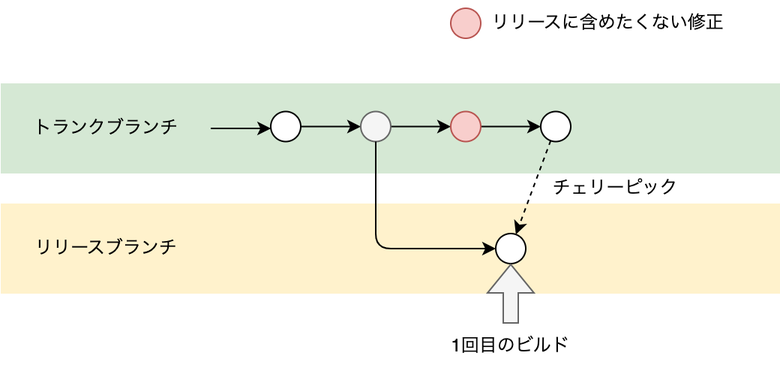
Above: images/mobile-trunk-based-release-strategy/trunk-based-regular-release_02.png in shotaIDE/zenn (draw.io), before the change. Source tidied: cells renumbered, new cells last; positions are measured from the earlier drawing's top-left corner, leaving out a move shared by most shapes. Source of this version:
```xml
<mxGraphModel>
  <root>
    <mxCell id="0" />
    <mxCell id="1" parent="0" />
    <mxCell id="2" style="rounded=0;whiteSpace=wrap;html=1;fillColor=#fff2cc;strokeColor=none;" parent="1" vertex="1">
      <mxGeometry y="135" width="520" height="60" as="geometry" />
    </mxCell>
    <mxCell id="3" style="rounded=0;whiteSpace=wrap;html=1;fillColor=#d5e8d4;strokeColor=none;" parent="1" vertex="1">
      <mxGeometry y="55" width="520" height="60" as="geometry" />
    </mxCell>
    <mxCell id="4" style="edgeStyle=orthogonalEdgeStyle;rounded=0;jettySize=auto;html=1;" parent="1" edge="1" target="6">
      <mxGeometry relative="1" as="geometry">
        <mxPoint x="140" y="85" as="sourcePoint" />
        <Array as="points">
          <mxPoint x="150" y="85" />
          <mxPoint x="150" y="85" />
        </Array>
      </mxGeometry>
    </mxCell>
    <mxCell id="5" style="edgeStyle=orthogonalEdgeStyle;rounded=0;jettySize=auto;html=1;" parent="1" edge="1" source="6" target="8">
      <mxGeometry relative="1" as="geometry" />
    </mxCell>
    <mxCell id="6" style="ellipse;whiteSpace=wrap;html=1;" parent="1" vertex="1">
      <mxGeometry x="180" y="73.8" width="20" height="20" as="geometry" />
    </mxCell>
    <mxCell id="7" style="edgeStyle=orthogonalEdgeStyle;rounded=0;jettySize=auto;html=1;entryX=0;entryY=0.5;entryDx=0;entryDy=0;" parent="1" edge="1" source="8" target="10">
      <mxGeometry relative="1" as="geometry" />
    </mxCell>
    <mxCell id="8" style="ellipse;whiteSpace=wrap;html=1;fillColor=#f5f5f5;fontColor=#333333;strokeColor=#666666;" parent="1" vertex="1">
      <mxGeometry x="240" y="73.8" width="20" height="20" as="geometry" />
    </mxCell>
    <mxCell id="9" style="edgeStyle=orthogonalEdgeStyle;rounded=0;jettySize=auto;html=1;entryX=0;entryY=0.5;entryDx=0;entryDy=0;" parent="1" edge="1" source="10" target="13">
      <mxGeometry relative="1" as="geometry" />
    </mxCell>
    <mxCell id="10" style="ellipse;whiteSpace=wrap;html=1;fillColor=#f8cecc;strokeColor=#b85450;" parent="1" vertex="1">
      <mxGeometry x="300" y="73.8" width="20" height="20" as="geometry" />
    </mxCell>
    <mxCell id="11" style="edgeStyle=orthogonalEdgeStyle;rounded=1;jettySize=auto;html=1;curved=0;exitX=0.5;exitY=1;exitDx=0;exitDy=0;entryX=0;entryY=0.5;entryDx=0;entryDy=0;" parent="1" edge="1" source="8" target="16">
      <mxGeometry relative="1" as="geometry">
        <Array as="points">
          <mxPoint x="250" y="165" />
        </Array>
      </mxGeometry>
    </mxCell>
    <mxCell id="12" style="rounded=0;jettySize=auto;html=1;dashed=1;" parent="1" edge="1" source="13" target="16">
      <mxGeometry relative="1" as="geometry" />
    </mxCell>
    <mxCell id="13" style="ellipse;whiteSpace=wrap;html=1;" parent="1" vertex="1">
      <mxGeometry x="360" y="73.8" width="20" height="20" as="geometry" />
    </mxCell>
    <mxCell id="14" value="トランクブランチ" style="text;html=1;strokeColor=none;fillColor=none;align=center;verticalAlign=middle;whiteSpace=wrap;rounded=0;" parent="1" vertex="1">
      <mxGeometry x="14.5" y="73.8" width="111" height="22.5" as="geometry" />
    </mxCell>
    <mxCell id="15" value="リリースブランチ" style="text;html=1;strokeColor=none;fillColor=none;align=center;verticalAlign=middle;whiteSpace=wrap;rounded=0;" parent="1" vertex="1">
      <mxGeometry x="19.5" y="155" width="101" height="20" as="geometry" />
    </mxCell>
    <mxCell id="16" style="ellipse;whiteSpace=wrap;html=1;" parent="1" vertex="1">
      <mxGeometry x="330" y="155" width="20" height="20" as="geometry" />
    </mxCell>
    <mxCell id="17" value="チェリーピック" style="text;html=1;align=center;verticalAlign=middle;whiteSpace=wrap;rounded=0;" parent="1" vertex="1">
      <mxGeometry x="360" y="110" width="100" height="30" as="geometry" />
    </mxCell>
    <mxCell id="18" style="ellipse;whiteSpace=wrap;html=1;fillColor=#f8cecc;strokeColor=#b85450;" parent="1" vertex="1">
      <mxGeometry x="300" y="5" width="20" height="20" as="geometry" />
    </mxCell>
    <mxCell id="19" value="リリースに含めたくない修正" style="text;html=1;align=center;verticalAlign=middle;whiteSpace=wrap;rounded=0;fontFamily=Helvetica;fontSize=12;fontColor=default;" parent="1" vertex="1">
      <mxGeometry x="320" width="170" height="30" as="geometry" />
    </mxCell>
    <mxCell id="20" style="shape=flexArrow;endArrow=classic;html=1;rounded=0;fillColor=#f5f5f5;strokeColor=#666666;" parent="1" edge="1">
      <mxGeometry relative="1" as="geometry">
        <mxPoint x="340" y="215" as="sourcePoint" />
        <mxPoint x="340" y="175" as="targetPoint" />
      </mxGeometry>
    </mxCell>
    <mxCell id="21" value="1回目のビルド" style="text;html=1;align=center;verticalAlign=middle;whiteSpace=wrap;rounded=0;fontFamily=Helvetica;fontSize=12;fontColor=default;" parent="1" vertex="1">
      <mxGeometry x="290" y="215" width="100" height="30" as="geometry" />
    </mxCell>
  </root>
</mxGraphModel>
```
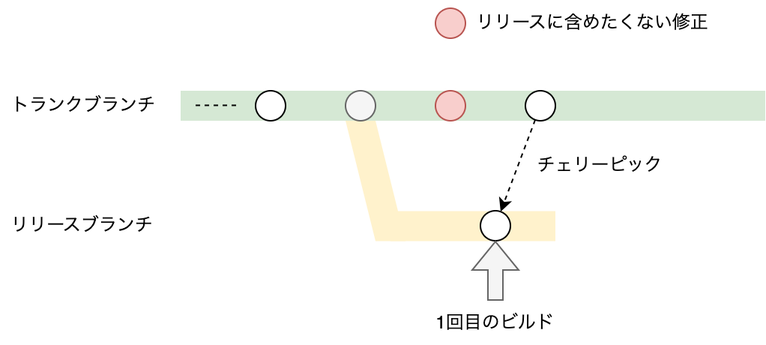
Above is the later version.

Diff of the diagram source:
```diff
@@ -2,78 +2,65 @@
   <root>
     <mxCell id="0" />
     <mxCell id="1" parent="0" />
-    <mxCell id="2" style="rounded=0;whiteSpace=wrap;html=1;fillColor=#fff2cc;strokeColor=none;" parent="1" vertex="1">
-      <mxGeometry y="135" width="520" height="60" as="geometry" />
+    <mxCell id="2" style="group;" parent="1" vertex="1">
+      <mxGeometry x="240" y="95" width="260" height="80.2" as="geometry" />
     </mxCell>
-    <mxCell id="3" style="rounded=0;whiteSpace=wrap;html=1;fillColor=#d5e8d4;strokeColor=none;" parent="1" vertex="1">
-      <mxGeometry y="55" width="520" height="60" as="geometry" />
+    <mxCell id="3" style="rounded=0;whiteSpace=wrap;html=1;fillColor=#fff2cc;strokeColor=none;" parent="2" vertex="1">
+      <mxGeometry x="30" y="60.2" width="110" height="20" as="geometry" />
     </mxCell>
-    <mxCell id="4" style="edgeStyle=orthogonalEdgeStyle;rounded=0;jettySize=auto;html=1;" parent="1" edge="1" target="6">
-      <mxGeometry relative="1" as="geometry">
-        <mxPoint x="140" y="85" as="sourcePoint" />
-        <Array as="points">
-          <mxPoint x="150" y="85" />
-          <mxPoint x="150" y="85" />
-        </Array>
-      </mxGeometry>
+    <mxCell id="4" style="shape=parallelogram;perimeter=parallelogramPerimeter;whiteSpace=wrap;html=1;fixedSize=1;fillColor=#fff2cc;strokeColor=none;flipH=1;" parent="2" vertex="1">
+      <mxGeometry width="40" height="80.2" as="geometry" />
     </mxCell>
-    <mxCell id="5" style="edgeStyle=orthogonalEdgeStyle;rounded=0;jettySize=auto;html=1;" parent="1" edge="1" source="6" target="8">
-      <mxGeometry relative="1" as="geometry" />
+    <mxCell id="5" style="rounded=0;whiteSpace=wrap;html=1;fillColor=#d5e8d4;strokeColor=none;" parent="1" vertex="1">
+      <mxGeometry x="130" y="75" width="390" height="20" as="geometry" />
     </mxCell>
     <mxCell id="6" style="ellipse;whiteSpace=wrap;html=1;" parent="1" vertex="1">
-      <mxGeometry x="180" y="73.8" width="20" height="20" as="geometry" />
+      <mxGeometry x="180" y="75" width="20" height="20" as="geometry" />
     </mxCell>
-    <mxCell id="7" style="edgeStyle=orthogonalEdgeStyle;rounded=0;jettySize=auto;html=1;entryX=0;entryY=0.5;entryDx=0;entryDy=0;" parent="1" edge="1" source="8" target="10">
-      <mxGeometry relative="1" as="geometry" />
+    <mxCell id="7" style="ellipse;whiteSpace=wrap;html=1;fillColor=#f5f5f5;fontColor=#333333;strokeColor=#666666;" parent="1" vertex="1">
+      <mxGeometry x="240" y="75" width="20" height="20" as="geometry" />
     </mxCell>
-    <mxCell id="8" style="ellipse;whiteSpace=wrap;html=1;fillColor=#f5f5f5;fontColor=#333333;strokeColor=#666666;" parent="1" vertex="1">
-      <mxGeometry x="240" y="73.8" width="20" height="20" as="geometry" />
+    <mxCell id="8" style="ellipse;whiteSpace=wrap;html=1;fillColor=#f8cecc;strokeColor=#b85450;" parent="1" vertex="1">
+      <mxGeometry x="300" y="75" width="20" height="20" as="geometry" />
     </mxCell>
-    <mxCell id="9" style="edgeStyle=orthogonalEdgeStyle;rounded=0;jettySize=auto;html=1;entryX=0;entryY=0.5;entryDx=0;entryDy=0;" parent="1" edge="1" source="10" target="13">
+    <mxCell id="9" style="rounded=0;jettySize=auto;html=1;dashed=1;" parent="1" edge="1" source="10" target="13">
       <mxGeometry relative="1" as="geometry" />
     </mxCell>
-    <mxCell id="10" style="ellipse;whiteSpace=wrap;html=1;fillColor=#f8cecc;strokeColor=#b85450;" parent="1" vertex="1">
-      <mxGeometry x="300" y="73.8" width="20" height="20" as="geometry" />
+    <mxCell id="10" style="ellipse;whiteSpace=wrap;html=1;" parent="1" vertex="1">
+      <mxGeometry x="360" y="75" width="20" height="20" as="geometry" />
     </mxCell>
-    <mxCell id="11" style="edgeStyle=orthogonalEdgeStyle;rounded=1;jettySize=auto;html=1;curved=0;exitX=0.5;exitY=1;exitDx=0;exitDy=0;entryX=0;entryY=0.5;entryDx=0;entryDy=0;" parent="1" edge="1" source="8" target="16">
-      <mxGeometry relative="1" as="geometry">
-        <Array as="points">
-          <mxPoint x="250" y="165" />
-        </Array>
-      </mxGeometry>
+    <mxCell id="11" value="トランクブランチ" style="text;html=1;strokeColor=none;fillColor=none;align=center;verticalAlign=middle;whiteSpace=wrap;rounded=0;" parent="1" vertex="1">
+      <mxGeometry x="9.5" y="73.8" width="111" height="22.5" as="geometry" />
     </mxCell>
-    <mxCell id="12" style="rounded=0;jettySize=auto;html=1;dashed=1;" parent="1" edge="1" source="13" target="16">
-      <mxGeometry relative="1" as="geometry" />
+    <mxCell id="12" value="リリースブランチ" style="text;html=1;strokeColor=none;fillColor=none;align=center;verticalAlign=middle;whiteSpace=wrap;rounded=0;" parent="1" vertex="1">
+      <mxGeometry x="14" y="155" width="101" height="20" as="geometry" />
     </mxCell>
     <mxCell id="13" style="ellipse;whiteSpace=wrap;html=1;" parent="1" vertex="1">
-      <mxGeometry x="360" y="73.8" width="20" height="20" as="geometry" />
+      <mxGeometry x="330" y="155" width="20" height="20" as="geometry" />
     </mxCell>
-    <mxCell id="14" value="トランクブランチ" style="text;html=1;strokeColor=none;fillColor=none;align=center;verticalAlign=middle;whiteSpace=wrap;rounded=0;" parent="1" vertex="1">
-      <mxGeometry x="14.5" y="73.8" width="111" height="22.5" as="geometry" />
+    <mxCell id="14" value="チェリーピック" style="text;html=1;align=center;verticalAlign=middle;whiteSpace=wrap;rounded=0;" parent="1" vertex="1">
+      <mxGeometry x="360" y="110" width="100" height="30" as="geometry" />
     </mxCell>
-    <mxCell id="15" value="リリースブランチ" style="text;html=1;strokeColor=none;fillColor=none;align=center;verticalAlign=middle;whiteSpace=wrap;rounded=0;" parent="1" vertex="1">
-      <mxGeometry x="19.5" y="155" width="101" height="20" as="geometry" />
+    <mxCell id="15" style="ellipse;whiteSpace=wrap;html=1;fillColor=#f8cecc;strokeColor=#b85450;" parent="1" vertex="1">
+      <mxGeometry x="300" y="20" width="20" height="20" as="geometry" />
     </mxCell>
-    <mxCell id="16" style="ellipse;whiteSpace=wrap;html=1;" parent="1" vertex="1">
-      <mxGeometry x="330" y="155" width="20" height="20" as="geometry" />
+    <mxCell id="16" value="リリースに含めたくない修正" style="text;html=1;align=center;verticalAlign=middle;whiteSpace=wrap;rounded=0;fontFamily=Helvetica;fontSize=12;fontColor=default;" parent="1" vertex="1">
+      <mxGeometry x="320" y="15" width="170" height="30" as="geometry" />
     </mxCell>
-    <mxCell id="17" value="チェリーピック" style="text;html=1;align=center;verticalAlign=middle;whiteSpace=wrap;rounded=0;" parent="1" vertex="1">
-      <mxGeometry x="360" y="110" width="100" height="30" as="geometry" />
+    <mxCell id="17" style="shape=flexArrow;endArrow=classic;html=1;rounded=0;fillColor=#f5f5f5;strokeColor=#666666;" parent="1" edge="1">
+      <mxGeometry relative="1" as="geometry">
+        <mxPoint x="340" y="215" as="sourcePoint" />
+        <mxPoint x="340" y="175" as="targetPoint" />
+      </mxGeometry>
     </mxCell>
-    <mxCell id="18" style="ellipse;whiteSpace=wrap;html=1;fillColor=#f8cecc;strokeColor=#b85450;" parent="1" vertex="1">
-      <mxGeometry x="300" y="5" width="20" height="20" as="geometry" />
+    <mxCell id="18" value="1回目のビルド" style="text;html=1;align=center;verticalAlign=middle;whiteSpace=wrap;rounded=0;fontFamily=Helvetica;fontSize=12;fontColor=default;" parent="1" vertex="1">
+      <mxGeometry x="290" y="215" width="100" height="30" as="geometry" />
     </mxCell>
-    <mxCell id="19" value="リリースに含めたくない修正" style="text;html=1;align=center;verticalAlign=middle;whiteSpace=wrap;rounded=0;fontFamily=Helvetica;fontSize=12;fontColor=default;" parent="1" vertex="1">
-      <mxGeometry x="320" width="170" height="30" as="geometry" />
+    <mxCell id="19" style="endArrow=none;html=1;rounded=0;dashed=1;endFill=0;" parent="1" edge="1">
+      <mxGeometry relative="1" as="geometry">
+        <mxPoint x="140" y="84.7" as="sourcePoint" />
+        <mxPoint x="170" y="84.7" as="targetPoint" />
+      </mxGeometry>
     </mxCell>
-    <mxCell id="20" style="shape=flexArrow;endArrow=classic;html=1;rounded=0;fillColor=#f5f5f5;strokeColor=#666666;" parent="1" edge="1">
-      <mxGeometry relative="1" as="geometry">
-        <mxPoint x="340" y="215" as="sourcePoint" />
-        <mxPoint x="340" y="175" as="targetPoint" />
-      </mxGeometry>
-    </mxCell>
-    <mxCell id="21" value="1回目のビルド" style="text;html=1;align=center;verticalAlign=middle;whiteSpace=wrap;rounded=0;fontFamily=Helvetica;fontSize=12;fontColor=default;" parent="1" vertex="1">
-      <mxGeometry x="290" y="215" width="100" height="30" as="geometry" />
-    </mxCell>
   </root>
 </mxGraphModel>
```
